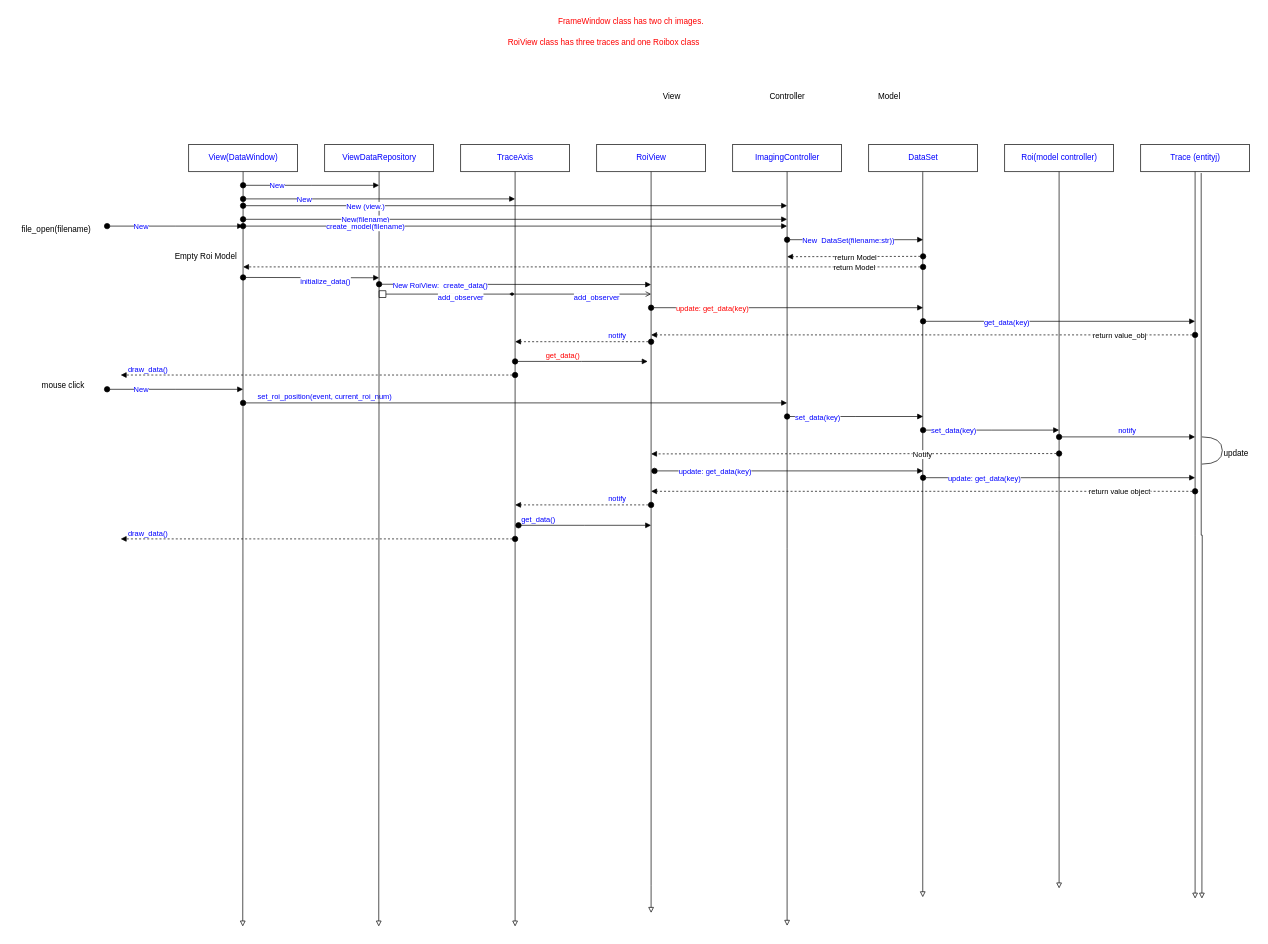
Above: page "MVC sequence" (3 of 5) of UML_SCANDATA.drawio in lunelukkio/SCANDATA (draw.io), before the change. Source tidied: cells renumbered, new cells numbered last; positions are measured from the earlier drawing's top-left corner, leaving out a move shared by most shapes. Both pictures are drawn from the tidied source at 68%, with x=0, y=0 at pixel (12, 12).
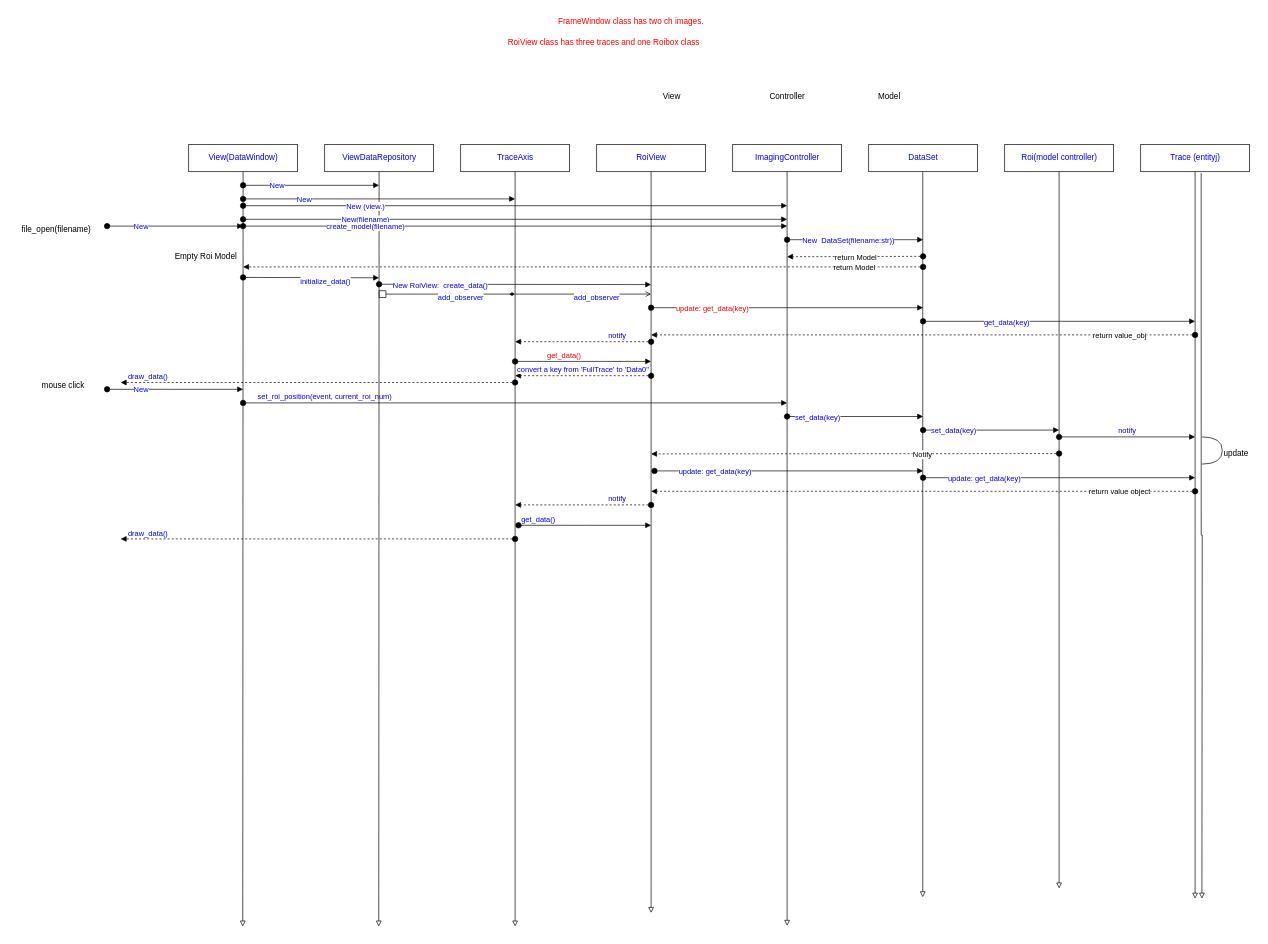
After the change.

Commit message (it also covers changes not shown here):
[LT] ver 1.03.0 fixed ChElec and changed Key in ax as 'Data0'

Diff of the diagram source:
```diff
@@
     <mxCell id="55" value="draw_data()" style="html=1;verticalAlign=bottom;startArrow=oval;startFill=1;endArrow=block;startSize=8;edgeStyle=elbowEdgeStyle;elbow=vertical;curved=0;rounded=0;fontColor=#0000FF;dashed=1;" parent="1" edge="1">
       <mxGeometry x="0.86" y="1" relative="1" as="geometry">
-        <mxPoint x="740" y="534" as="sourcePoint" />
-        <mxPoint x="160" y="534.5" as="targetPoint" />
+        <mxPoint x="740" y="545" as="sourcePoint" />
+        <mxPoint x="160" y="545.5" as="targetPoint" />
       </mxGeometry>
     </mxCell>
@@
     <mxCell id="57" value="&lt;font color=&quot;#ff0000&quot;&gt;get_data()&lt;/font&gt;" style="html=1;verticalAlign=bottom;startArrow=oval;startFill=1;endArrow=block;startSize=8;edgeStyle=elbowEdgeStyle;elbow=vertical;curved=0;rounded=0;fontColor=#0000FF;" parent="1" edge="1">
       <mxGeometry x="-0.28" y="-1" relative="1" as="geometry">
         <mxPoint x="740" y="514" as="sourcePoint" />
-        <mxPoint x="935" y="514" as="targetPoint" />
+        <mxPoint x="940" y="514" as="targetPoint" />
       </mxGeometry>
     </mxCell>
@@
+    <mxCell id="66" value="convert a key from 'FullTrace' to 'Data0''" style="html=1;verticalAlign=bottom;startArrow=oval;startFill=1;endArrow=block;startSize=8;edgeStyle=elbowEdgeStyle;elbow=vertical;curved=0;rounded=0;fontColor=#0000FF;dashed=1;" parent="1" edge="1">
+      <mxGeometry relative="1" as="geometry">
+        <mxPoint x="940" y="535" as="sourcePoint" />
+        <mxPoint x="740" y="535" as="targetPoint" />
+      </mxGeometry>
+    </mxCell>
```
